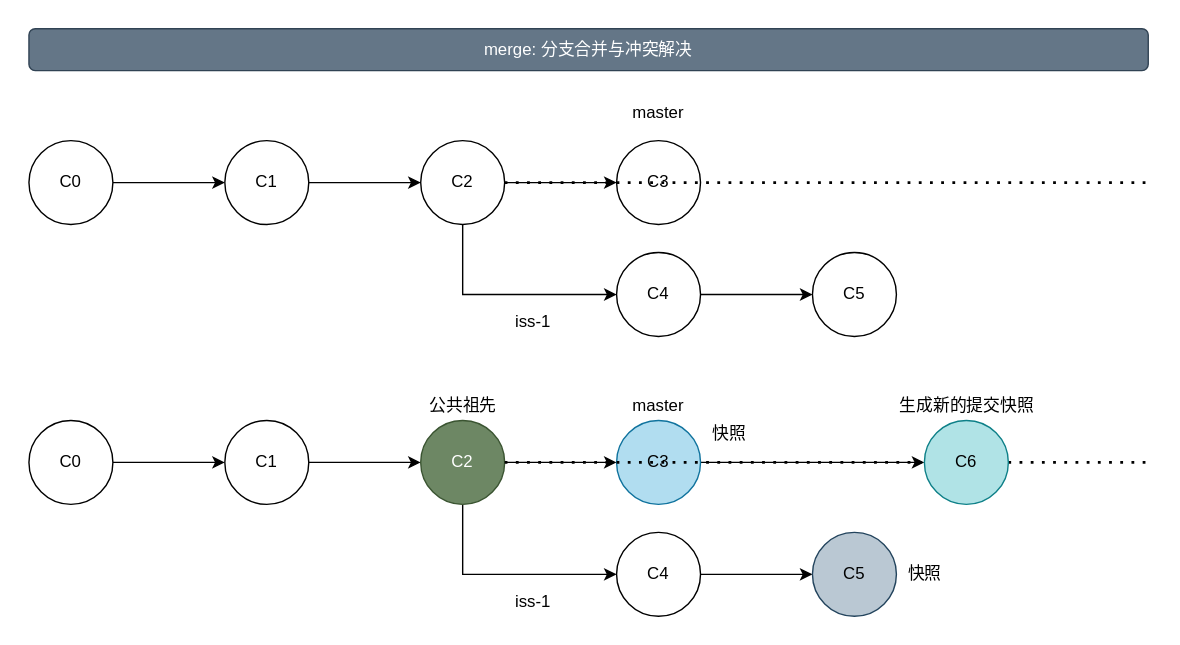
This is 03-工作流/images/merge2.svg from cd-home/Root, a draw.io export, as it was before one commit. Source tidied: cells renumbered, new cells last; positions are measured from the earlier drawing's top-left corner, leaving out a move shared by most shapes.
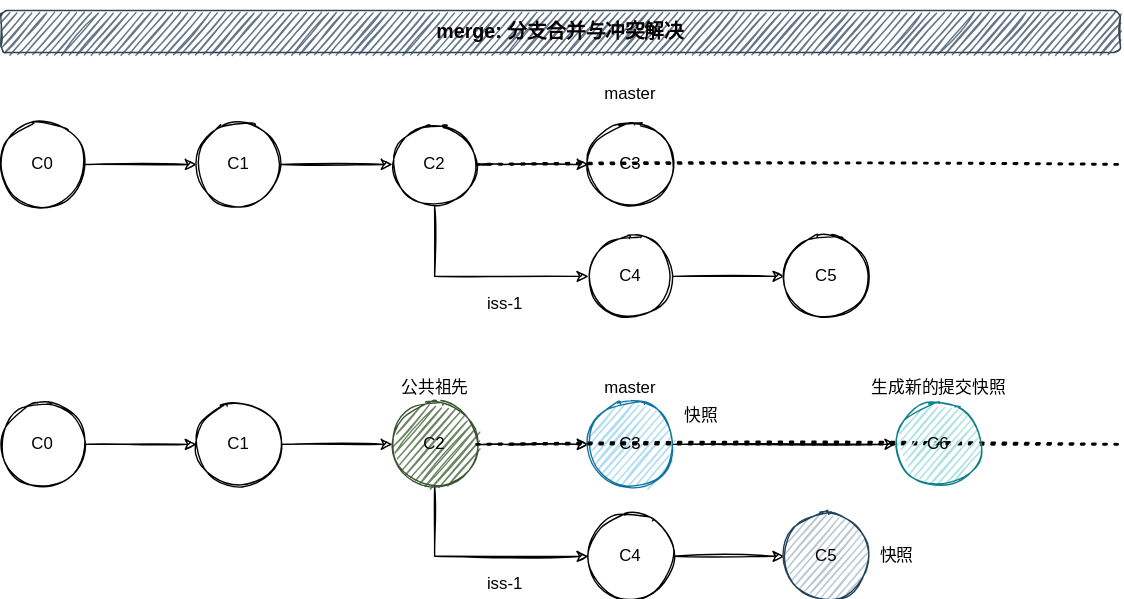
Above is the later version.

The edit, as a diff of the source:
```diff
@@ -2,22 +2,22 @@
   <root>
     <mxCell id="0" />
     <mxCell id="1" parent="0" />
-    <mxCell id="2" value="merge: 分支合并与冲突解决" style="rounded=1;whiteSpace=wrap;html=1;fillColor=#647687;strokeColor=#314354;fontColor=#ffffff;" parent="1" vertex="1">
+    <mxCell id="2" value="&lt;h3&gt;&lt;font color=&quot;#050001&quot;&gt;merge: 分支合并与冲突解决&lt;/font&gt;&lt;/h3&gt;" style="rounded=1;whiteSpace=wrap;html=1;fillColor=#647687;strokeColor=#314354;fontColor=#ffffff;sketch=1;" parent="1" vertex="1">
       <mxGeometry width="800" height="30" as="geometry" />
     </mxCell>
-    <mxCell id="3" style="edgeStyle=orthogonalEdgeStyle;rounded=0;jettySize=auto;html=1;" parent="1" edge="1" source="4" target="6">
+    <mxCell id="3" style="edgeStyle=orthogonalEdgeStyle;rounded=0;jettySize=auto;html=1;sketch=1;" parent="1" edge="1" source="4" target="6">
       <mxGeometry relative="1" as="geometry" />
     </mxCell>
-    <mxCell id="4" value="C0" style="ellipse;whiteSpace=wrap;html=1;fillColor=#FFFFFF;" parent="1" vertex="1">
+    <mxCell id="4" value="C0" style="ellipse;whiteSpace=wrap;html=1;fillColor=#FFFFFF;sketch=1;" parent="1" vertex="1">
       <mxGeometry y="80" width="60" height="60" as="geometry" />
     </mxCell>
-    <mxCell id="5" style="edgeStyle=orthogonalEdgeStyle;rounded=0;jettySize=auto;html=1;" parent="1" edge="1" source="6" target="9">
+    <mxCell id="5" style="edgeStyle=orthogonalEdgeStyle;rounded=0;jettySize=auto;html=1;sketch=1;" parent="1" edge="1" source="6" target="9">
       <mxGeometry relative="1" as="geometry" />
     </mxCell>
-    <mxCell id="6" value="C1" style="ellipse;whiteSpace=wrap;html=1;fillColor=#FFFFFF;" parent="1" vertex="1">
+    <mxCell id="6" value="C1" style="ellipse;whiteSpace=wrap;html=1;fillColor=#FFFFFF;sketch=1;" parent="1" vertex="1">
       <mxGeometry x="140" y="80" width="60" height="60" as="geometry" />
     </mxCell>
-    <mxCell id="7" style="edgeStyle=orthogonalEdgeStyle;rounded=0;jettySize=auto;html=1;exitX=0.5;exitY=1;exitDx=0;exitDy=0;entryX=0;entryY=0.5;entryDx=0;entryDy=0;" parent="1" edge="1" source="9" target="11">
+    <mxCell id="7" style="edgeStyle=orthogonalEdgeStyle;rounded=0;jettySize=auto;html=1;exitX=0.5;exitY=1;exitDx=0;exitDy=0;entryX=0;entryY=0.5;entryDx=0;entryDy=0;sketch=1;" parent="1" edge="1" source="9" target="11">
       <mxGeometry relative="1" as="geometry">
         <Array as="points">
           <mxPoint x="310" y="190" />
@@ -25,7 +25,7 @@
         </Array>
       </mxGeometry>
     </mxCell>
-    <mxCell id="8" style="edgeStyle=orthogonalEdgeStyle;rounded=0;jettySize=auto;html=1;entryX=0;entryY=0.5;entryDx=0;entryDy=0;" parent="1" edge="1" source="9" target="12">
+    <mxCell id="8" style="edgeStyle=orthogonalEdgeStyle;rounded=0;jettySize=auto;html=1;entryX=0;entryY=0.5;entryDx=0;entryDy=0;sketch=1;" parent="1" edge="1" source="9" target="12">
       <mxGeometry relative="1" as="geometry">
         <Array as="points">
           <mxPoint x="360" y="110" />
@@ -33,45 +33,45 @@
         </Array>
       </mxGeometry>
     </mxCell>
-    <mxCell id="9" value="C2" style="ellipse;whiteSpace=wrap;html=1;fillColor=#FFFFFF;" parent="1" vertex="1">
+    <mxCell id="9" value="C2" style="ellipse;whiteSpace=wrap;html=1;fillColor=#FFFFFF;sketch=1;" parent="1" vertex="1">
       <mxGeometry x="280" y="80" width="60" height="60" as="geometry" />
     </mxCell>
-    <mxCell id="10" style="edgeStyle=orthogonalEdgeStyle;rounded=0;jettySize=auto;html=1;" parent="1" edge="1" source="11" target="16">
+    <mxCell id="10" style="edgeStyle=orthogonalEdgeStyle;rounded=0;jettySize=auto;html=1;sketch=1;" parent="1" edge="1" source="11" target="16">
       <mxGeometry relative="1" as="geometry" />
     </mxCell>
-    <mxCell id="11" value="C4" style="ellipse;whiteSpace=wrap;html=1;fillColor=#FFFFFF;" parent="1" vertex="1">
+    <mxCell id="11" value="C4" style="ellipse;whiteSpace=wrap;html=1;fillColor=#FFFFFF;sketch=1;" parent="1" vertex="1">
       <mxGeometry x="420" y="160" width="60" height="60" as="geometry" />
     </mxCell>
-    <mxCell id="12" value="C3" style="ellipse;whiteSpace=wrap;html=1;fillColor=#FFFFFF;" parent="1" vertex="1">
+    <mxCell id="12" value="C3" style="ellipse;whiteSpace=wrap;html=1;fillColor=#FFFFFF;sketch=1;" parent="1" vertex="1">
       <mxGeometry x="420" y="80" width="60" height="60" as="geometry" />
     </mxCell>
-    <mxCell id="13" value="master" style="text;html=1;strokeColor=none;fillColor=none;align=center;verticalAlign=middle;whiteSpace=wrap;rounded=0;" parent="1" vertex="1">
+    <mxCell id="13" value="master" style="text;html=1;strokeColor=none;fillColor=none;align=center;verticalAlign=middle;whiteSpace=wrap;rounded=0;sketch=1;" parent="1" vertex="1">
       <mxGeometry x="430" y="50" width="40" height="20" as="geometry" />
     </mxCell>
-    <mxCell id="14" value="iss-1" style="text;html=1;align=center;verticalAlign=middle;strokeColor=none;" parent="1" vertex="1">
+    <mxCell id="14" value="iss-1" style="text;html=1;align=center;verticalAlign=middle;strokeColor=none;sketch=1;" parent="1" vertex="1">
       <mxGeometry x="340" y="200" width="40" height="20" as="geometry" />
     </mxCell>
-    <mxCell id="15" style="endArrow=none;dashed=1;html=1;dashPattern=1 3;strokeWidth=2;exitX=1;exitY=0.5;exitDx=0;exitDy=0;" parent="1" edge="1" source="9">
+    <mxCell id="15" style="endArrow=none;dashed=1;html=1;dashPattern=1 3;strokeWidth=2;exitX=1;exitY=0.5;exitDx=0;exitDy=0;sketch=1;" parent="1" edge="1" source="9">
       <mxGeometry relative="1" as="geometry">
         <mxPoint x="800" y="110" as="targetPoint" />
       </mxGeometry>
     </mxCell>
-    <mxCell id="16" value="C5" style="ellipse;whiteSpace=wrap;html=1;fillColor=#FFFFFF;" parent="1" vertex="1">
+    <mxCell id="16" value="C5" style="ellipse;whiteSpace=wrap;html=1;fillColor=#FFFFFF;sketch=1;" parent="1" vertex="1">
       <mxGeometry x="560" y="160" width="60" height="60" as="geometry" />
     </mxCell>
-    <mxCell id="17" style="edgeStyle=orthogonalEdgeStyle;rounded=0;jettySize=auto;html=1;" parent="1" edge="1" source="18" target="20">
+    <mxCell id="17" style="edgeStyle=orthogonalEdgeStyle;rounded=0;jettySize=auto;html=1;sketch=1;" parent="1" edge="1" source="18" target="20">
       <mxGeometry relative="1" as="geometry" />
     </mxCell>
-    <mxCell id="18" value="C0" style="ellipse;whiteSpace=wrap;html=1;fillColor=#FFFFFF;" parent="1" vertex="1">
+    <mxCell id="18" value="C0" style="ellipse;whiteSpace=wrap;html=1;fillColor=#FFFFFF;sketch=1;" parent="1" vertex="1">
       <mxGeometry y="280" width="60" height="60" as="geometry" />
     </mxCell>
-    <mxCell id="19" style="edgeStyle=orthogonalEdgeStyle;rounded=0;jettySize=auto;html=1;" parent="1" edge="1" source="20" target="23">
+    <mxCell id="19" style="edgeStyle=orthogonalEdgeStyle;rounded=0;jettySize=auto;html=1;sketch=1;" parent="1" edge="1" source="20" target="23">
       <mxGeometry relative="1" as="geometry" />
     </mxCell>
-    <mxCell id="20" value="C1" style="ellipse;whiteSpace=wrap;html=1;fillColor=#FFFFFF;" parent="1" vertex="1">
+    <mxCell id="20" value="C1" style="ellipse;whiteSpace=wrap;html=1;fillColor=#FFFFFF;sketch=1;" parent="1" vertex="1">
       <mxGeometry x="140" y="280" width="60" height="60" as="geometry" />
     </mxCell>
-    <mxCell id="21" style="edgeStyle=orthogonalEdgeStyle;rounded=0;jettySize=auto;html=1;exitX=0.5;exitY=1;exitDx=0;exitDy=0;entryX=0;entryY=0.5;entryDx=0;entryDy=0;" parent="1" edge="1" source="23" target="25">
+    <mxCell id="21" style="edgeStyle=orthogonalEdgeStyle;rounded=0;jettySize=auto;html=1;exitX=0.5;exitY=1;exitDx=0;exitDy=0;entryX=0;entryY=0.5;entryDx=0;entryDy=0;sketch=1;" parent="1" edge="1" source="23" target="25">
       <mxGeometry relative="1" as="geometry">
         <Array as="points">
           <mxPoint x="310" y="390" />
@@ -79,7 +79,7 @@
         </Array>
       </mxGeometry>
     </mxCell>
-    <mxCell id="22" style="edgeStyle=orthogonalEdgeStyle;rounded=0;jettySize=auto;html=1;entryX=0;entryY=0.5;entryDx=0;entryDy=0;" parent="1" edge="1" source="23" target="27">
+    <mxCell id="22" style="edgeStyle=orthogonalEdgeStyle;rounded=0;jettySize=auto;html=1;entryX=0;entryY=0.5;entryDx=0;entryDy=0;sketch=1;" parent="1" edge="1" source="23" target="27">
       <mxGeometry relative="1" as="geometry">
         <Array as="points">
           <mxPoint x="360" y="310" />
@@ -87,51 +87,51 @@
         </Array>
       </mxGeometry>
     </mxCell>
-    <mxCell id="23" value="C2" style="ellipse;whiteSpace=wrap;html=1;fillColor=#6d8764;strokeColor=#3A5431;fontColor=#ffffff;" parent="1" vertex="1">
+    <mxCell id="23" value="&lt;font color=&quot;#050001&quot;&gt;C2&lt;/font&gt;" style="ellipse;whiteSpace=wrap;html=1;fillColor=#6d8764;strokeColor=#3A5431;fontColor=#ffffff;sketch=1;" parent="1" vertex="1">
       <mxGeometry x="280" y="280" width="60" height="60" as="geometry" />
     </mxCell>
-    <mxCell id="24" style="edgeStyle=orthogonalEdgeStyle;rounded=0;jettySize=auto;html=1;" parent="1" edge="1" source="25" target="30">
+    <mxCell id="24" style="edgeStyle=orthogonalEdgeStyle;rounded=0;jettySize=auto;html=1;sketch=1;" parent="1" edge="1" source="25" target="30">
       <mxGeometry relative="1" as="geometry" />
     </mxCell>
-    <mxCell id="25" value="C4" style="ellipse;whiteSpace=wrap;html=1;fillColor=#FFFFFF;" parent="1" vertex="1">
+    <mxCell id="25" value="C4" style="ellipse;whiteSpace=wrap;html=1;fillColor=#FFFFFF;sketch=1;" parent="1" vertex="1">
       <mxGeometry x="420" y="360" width="60" height="60" as="geometry" />
     </mxCell>
-    <mxCell id="26" style="edgeStyle=orthogonalEdgeStyle;rounded=0;jettySize=auto;html=1;" parent="1" edge="1" source="27" target="32">
+    <mxCell id="26" style="edgeStyle=orthogonalEdgeStyle;rounded=0;jettySize=auto;html=1;sketch=1;" parent="1" edge="1" source="27" target="32">
       <mxGeometry relative="1" as="geometry" />
     </mxCell>
-    <mxCell id="27" value="C3" style="ellipse;whiteSpace=wrap;html=1;fillColor=#b1ddf0;strokeColor=#10739e;" parent="1" vertex="1">
+    <mxCell id="27" value="C3" style="ellipse;whiteSpace=wrap;html=1;fillColor=#b1ddf0;strokeColor=#10739e;sketch=1;" parent="1" vertex="1">
       <mxGeometry x="420" y="280" width="60" height="60" as="geometry" />
     </mxCell>
-    <mxCell id="28" value="iss-1" style="text;html=1;align=center;verticalAlign=middle;strokeColor=none;" parent="1" vertex="1">
+    <mxCell id="28" value="iss-1" style="text;html=1;align=center;verticalAlign=middle;strokeColor=none;sketch=1;" parent="1" vertex="1">
       <mxGeometry x="340" y="400" width="40" height="20" as="geometry" />
     </mxCell>
-    <mxCell id="29" style="endArrow=none;dashed=1;html=1;dashPattern=1 3;strokeWidth=2;exitX=1;exitY=0.5;exitDx=0;exitDy=0;" parent="1" edge="1" source="23">
+    <mxCell id="29" style="endArrow=none;dashed=1;html=1;dashPattern=1 3;strokeWidth=2;exitX=1;exitY=0.5;exitDx=0;exitDy=0;sketch=1;" parent="1" edge="1" source="23">
       <mxGeometry relative="1" as="geometry">
         <mxPoint x="800" y="310" as="targetPoint" />
       </mxGeometry>
     </mxCell>
-    <mxCell id="30" value="C5" style="ellipse;whiteSpace=wrap;html=1;fillColor=#bac8d3;strokeColor=#23445d;" parent="1" vertex="1">
+    <mxCell id="30" value="C5" style="ellipse;whiteSpace=wrap;html=1;fillColor=#bac8d3;strokeColor=#23445d;sketch=1;" parent="1" vertex="1">
       <mxGeometry x="560" y="360" width="60" height="60" as="geometry" />
     </mxCell>
-    <mxCell id="31" value="master" style="text;html=1;strokeColor=none;fillColor=none;align=center;verticalAlign=middle;whiteSpace=wrap;rounded=0;" parent="1" vertex="1">
+    <mxCell id="31" value="master" style="text;html=1;strokeColor=none;fillColor=none;align=center;verticalAlign=middle;whiteSpace=wrap;rounded=0;sketch=1;" parent="1" vertex="1">
       <mxGeometry x="430" y="260" width="40" height="20" as="geometry" />
     </mxCell>
-    <mxCell id="32" value="C6" style="ellipse;whiteSpace=wrap;html=1;fillColor=#b0e3e6;strokeColor=#0e8088;" parent="1" vertex="1">
+    <mxCell id="32" value="C6" style="ellipse;whiteSpace=wrap;html=1;fillColor=#b0e3e6;strokeColor=#0e8088;sketch=1;" parent="1" vertex="1">
       <mxGeometry x="640" y="280" width="60" height="60" as="geometry" />
     </mxCell>
-    <mxCell id="33" value="公共祖先" style="text;html=1;align=center;verticalAlign=middle;strokeColor=none;" parent="1" vertex="1">
+    <mxCell id="33" value="公共祖先" style="text;html=1;align=center;verticalAlign=middle;strokeColor=none;sketch=1;" parent="1" vertex="1">
       <mxGeometry x="280" y="260" width="60" height="20" as="geometry" />
     </mxCell>
-    <mxCell id="34" value="快照" style="text;html=1;align=center;verticalAlign=middle;strokeColor=none;" parent="1" vertex="1">
+    <mxCell id="34" value="快照" style="text;html=1;align=center;verticalAlign=middle;strokeColor=none;sketch=1;" parent="1" vertex="1">
       <mxGeometry x="480" y="280" width="40" height="20" as="geometry" />
     </mxCell>
-    <mxCell id="35" value="快照" style="text;html=1;align=center;verticalAlign=middle;strokeColor=none;" parent="1" vertex="1">
+    <mxCell id="35" value="快照" style="text;html=1;align=center;verticalAlign=middle;strokeColor=none;sketch=1;" parent="1" vertex="1">
       <mxGeometry x="620" y="380" width="40" height="20" as="geometry" />
     </mxCell>
-    <mxCell id="36" value="&lt;span style=&quot;color: rgba(0 , 0 , 0 , 0) ; font-family: monospace ; font-size: 0px&quot;&gt;%3CmxGraphModel%3E%3Croot%3E%3CmxCell%20id%3D%220%22%2F%3E%3CmxCell%20id%3D%221%22%20parent%3D%220%22%2F%3E%3CmxCell%20id%3D%222%22%20value%3D%22%E5%BF%AB%E7%85%A7%22%20style%3D%22text%3Bhtml%3D1%3Balign%3Dcenter%3BverticalAlign%3Dmiddle%3Bresizable%3D0%3Bpoints%3D%5B%5D%3Bautosize%3D1%3BstrokeColor%3Dnone%3B%22%20vertex%3D%221%22%20parent%3D%221%22%3E%3CmxGeometry%20x%3D%22560%22%20y%3D%22360%22%20width%3D%2240%22%20height%3D%2220%22%20as%3D%22geometry%22%2F%3E%3C%2FmxCell%3E%3C%2Froot%3E%3C%2FmxGraphModel%3E&lt;/span&gt;" style="text;html=1;align=center;verticalAlign=middle;strokeColor=none;" parent="1" vertex="1">
+    <mxCell id="36" value="&lt;span style=&quot;color: rgba(0 , 0 , 0 , 0) ; font-family: monospace ; font-size: 0px&quot;&gt;%3CmxGraphModel%3E%3Croot%3E%3CmxCell%20id%3D%220%22%2F%3E%3CmxCell%20id%3D%221%22%20parent%3D%220%22%2F%3E%3CmxCell%20id%3D%222%22%20value%3D%22%E5%BF%AB%E7%85%A7%22%20style%3D%22text%3Bhtml%3D1%3Balign%3Dcenter%3BverticalAlign%3Dmiddle%3Bresizable%3D0%3Bpoints%3D%5B%5D%3Bautosize%3D1%3BstrokeColor%3Dnone%3B%22%20vertex%3D%221%22%20parent%3D%221%22%3E%3CmxGeometry%20x%3D%22560%22%20y%3D%22360%22%20width%3D%2240%22%20height%3D%2220%22%20as%3D%22geometry%22%2F%3E%3C%2FmxCell%3E%3C%2Froot%3E%3C%2FmxGraphModel%3E&lt;/span&gt;" style="text;html=1;align=center;verticalAlign=middle;strokeColor=none;sketch=1;" parent="1" vertex="1">
       <mxGeometry x="700" y="280" width="20" height="20" as="geometry" />
     </mxCell>
-    <mxCell id="37" value="生成新的提交快照" style="text;html=1;align=center;verticalAlign=middle;strokeColor=none;" parent="1" vertex="1">
+    <mxCell id="37" value="生成新的提交快照" style="text;html=1;align=center;verticalAlign=middle;strokeColor=none;sketch=1;" parent="1" vertex="1">
       <mxGeometry x="615" y="260" width="110" height="20" as="geometry" />
     </mxCell>
   </root>
```
